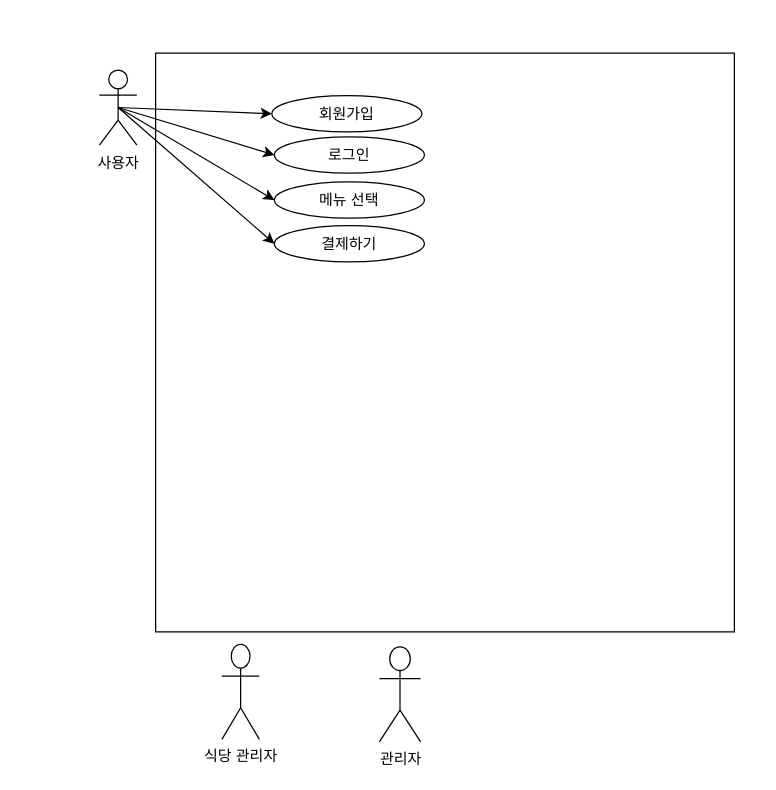
Before: Student-cafeteria.drawio in four-idiots-team/student-cafteria-ticket-vending, a draw.io diagram. Source tidied: cells renumbered, new cells numbered last; positions are measured from the earlier drawing's top-left corner, leaving out a move shared by most shapes. Both pictures are drawn from the tidied source at 125%, with x=0, y=0 at pixel (99, 52).
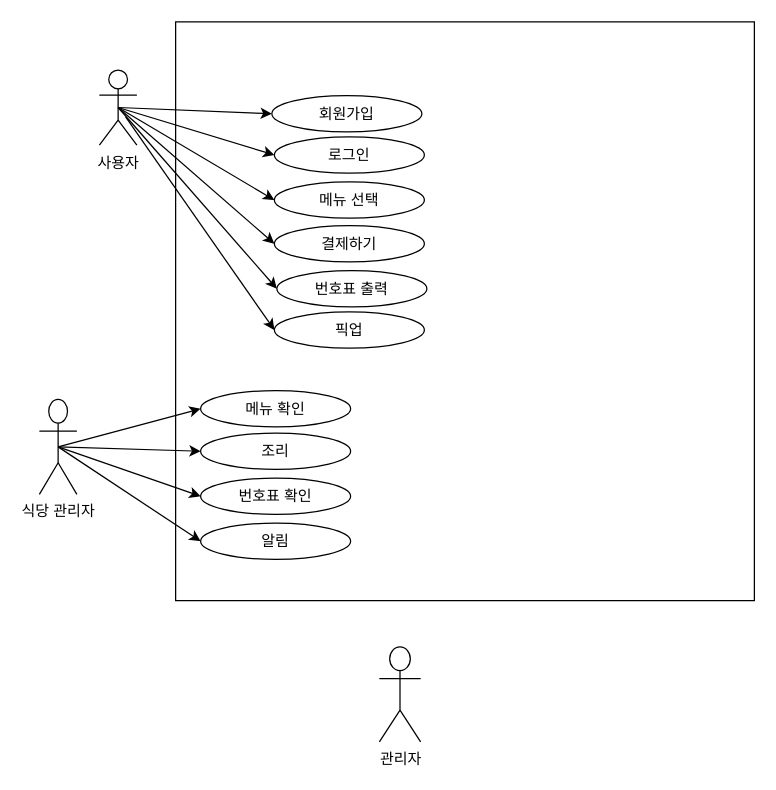
The same diagram, later.

The change refers to these unchanged cells:
```xml
<mxCell id="2" value="사용자" style="shape=umlActor;verticalLabelPosition=bottom;verticalAlign=top;html=1;outlineConnect=0;" parent="1" vertex="1">
  <mxGeometry y="13.5" width="30" height="60" as="geometry" />
</mxCell>
```

The edit, as a diff of the source:
```diff
@@
     <mxCell id="3" style="whiteSpace=wrap;html=1;" parent="1" vertex="1">
-      <mxGeometry x="45" width="463" height="463" as="geometry" />
+      <mxGeometry x="61" y="-25" width="463" height="463" as="geometry" />
     </mxCell>
@@
     <mxCell id="6" value="식당 관리자" style="shape=umlActor;verticalLabelPosition=bottom;verticalAlign=top;html=1;outlineConnect=0;" parent="1" vertex="1">
-      <mxGeometry x="98" y="473" width="30" height="76" as="geometry" />
+      <mxGeometry x="-48" y="277" width="30" height="76" as="geometry" />
     </mxCell>
@@
+    <mxCell id="15" value="조리" style="ellipse;whiteSpace=wrap;html=1;" parent="1" vertex="1">
+      <mxGeometry x="81" y="304" width="120" height="29" as="geometry" />
+    </mxCell>
+    <mxCell id="16" value="번호표 확인" style="ellipse;whiteSpace=wrap;html=1;" parent="1" vertex="1">
+      <mxGeometry x="81" y="340" width="120" height="29" as="geometry" />
+    </mxCell>
+    <mxCell id="17" value="메뉴 확인" style="ellipse;whiteSpace=wrap;html=1;" parent="1" vertex="1">
+      <mxGeometry x="81" y="270" width="120" height="29" as="geometry" />
+    </mxCell>
+    <mxCell id="18" value="알림" style="ellipse;whiteSpace=wrap;html=1;" parent="1" vertex="1">
+      <mxGeometry x="81" y="376" width="120" height="29" as="geometry" />
+    </mxCell>
+    <mxCell id="19" value="번호표 출력" style="ellipse;whiteSpace=wrap;html=1;" parent="1" vertex="1">
+      <mxGeometry x="142" y="174" width="120" height="29" as="geometry" />
+    </mxCell>
+    <mxCell id="20" style="endArrow=classic;html=1;rounded=0;entryX=0;entryY=0.5;entryDx=0;entryDy=0;exitX=0.5;exitY=0.5;exitDx=0;exitDy=0;exitPerimeter=0;" parent="1" edge="1" source="2" target="19">
+      <mxGeometry relative="1" as="geometry" />
+    </mxCell>
+    <mxCell id="21" value="픽업" style="ellipse;whiteSpace=wrap;html=1;" parent="1" vertex="1">
+      <mxGeometry x="140" y="207" width="120" height="29" as="geometry" />
+    </mxCell>
+    <mxCell id="22" style="endArrow=classic;html=1;rounded=0;entryX=0;entryY=0.5;entryDx=0;entryDy=0;" parent="1" edge="1" target="21">
+      <mxGeometry relative="1" as="geometry">
+        <mxPoint x="21" y="51" as="sourcePoint" />
+      </mxGeometry>
+    </mxCell>
+    <mxCell id="23" style="endArrow=classic;html=1;rounded=0;exitX=0.5;exitY=0.5;exitDx=0;exitDy=0;exitPerimeter=0;entryX=0;entryY=0.5;entryDx=0;entryDy=0;" parent="1" edge="1" source="6" target="17">
+      <mxGeometry relative="1" as="geometry" />
+    </mxCell>
+    <mxCell id="24" style="endArrow=classic;html=1;rounded=0;exitX=0.5;exitY=0.5;exitDx=0;exitDy=0;exitPerimeter=0;entryX=0;entryY=0.5;entryDx=0;entryDy=0;" parent="1" edge="1" source="6" target="15">
+      <mxGeometry relative="1" as="geometry" />
+    </mxCell>
+    <mxCell id="25" style="endArrow=classic;html=1;rounded=0;exitX=0.5;exitY=0.5;exitDx=0;exitDy=0;exitPerimeter=0;entryX=0;entryY=0.5;entryDx=0;entryDy=0;" parent="1" edge="1" source="6" target="16">
+      <mxGeometry relative="1" as="geometry" />
+    </mxCell>
+    <mxCell id="26" style="endArrow=classic;html=1;rounded=0;exitX=0.5;exitY=0.5;exitDx=0;exitDy=0;exitPerimeter=0;entryX=0;entryY=0.5;entryDx=0;entryDy=0;" parent="1" edge="1" source="6" target="18">
+      <mxGeometry relative="1" as="geometry" />
+    </mxCell>
```
